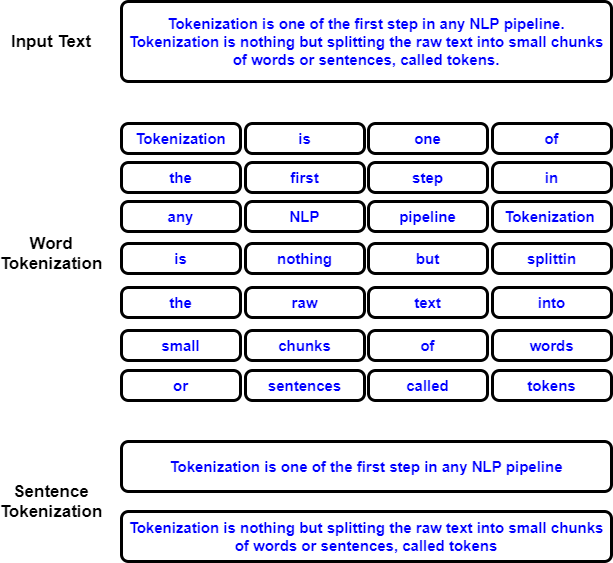
Above: NLP_Tokenization.png in satishgunjal/Images (draw.io), before the change. Source tidied: cells renumbered, new cells last; positions are measured from the earlier drawing's top-left corner, leaving out a move shared by most shapes.
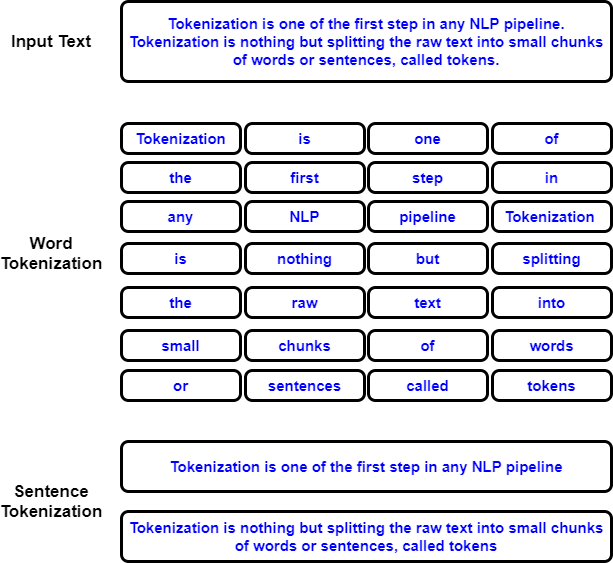
The same file after the commit.

Diff of the diagram source:
```diff
@@ -50,7 +50,7 @@
     <mxCell id="17" value="but" style="rounded=1;whiteSpace=wrap;html=1;absoluteArcSize=1;arcSize=14;strokeWidth=3;fontSize=15;fontStyle=1;fontColor=#0000FF;fillColor=none;align=center;" parent="1" vertex="1">
       <mxGeometry x="367" y="242" width="119" height="30" as="geometry" />
     </mxCell>
-    <mxCell id="18" value="splittin" style="rounded=1;whiteSpace=wrap;html=1;absoluteArcSize=1;arcSize=14;strokeWidth=3;fontSize=15;fontStyle=1;fontColor=#0000FF;fillColor=none;align=center;" parent="1" vertex="1">
+    <mxCell id="18" value="splitting" style="rounded=1;whiteSpace=wrap;html=1;absoluteArcSize=1;arcSize=14;strokeWidth=3;fontSize=15;fontStyle=1;fontColor=#0000FF;fillColor=none;align=center;" parent="1" vertex="1">
       <mxGeometry x="491" y="242" width="119" height="30" as="geometry" />
     </mxCell>
     <mxCell id="19" value="the" style="rounded=1;whiteSpace=wrap;html=1;absoluteArcSize=1;arcSize=14;strokeWidth=3;fontSize=15;fontStyle=1;fontColor=#0000FF;fillColor=none;align=center;" parent="1" vertex="1">
```
